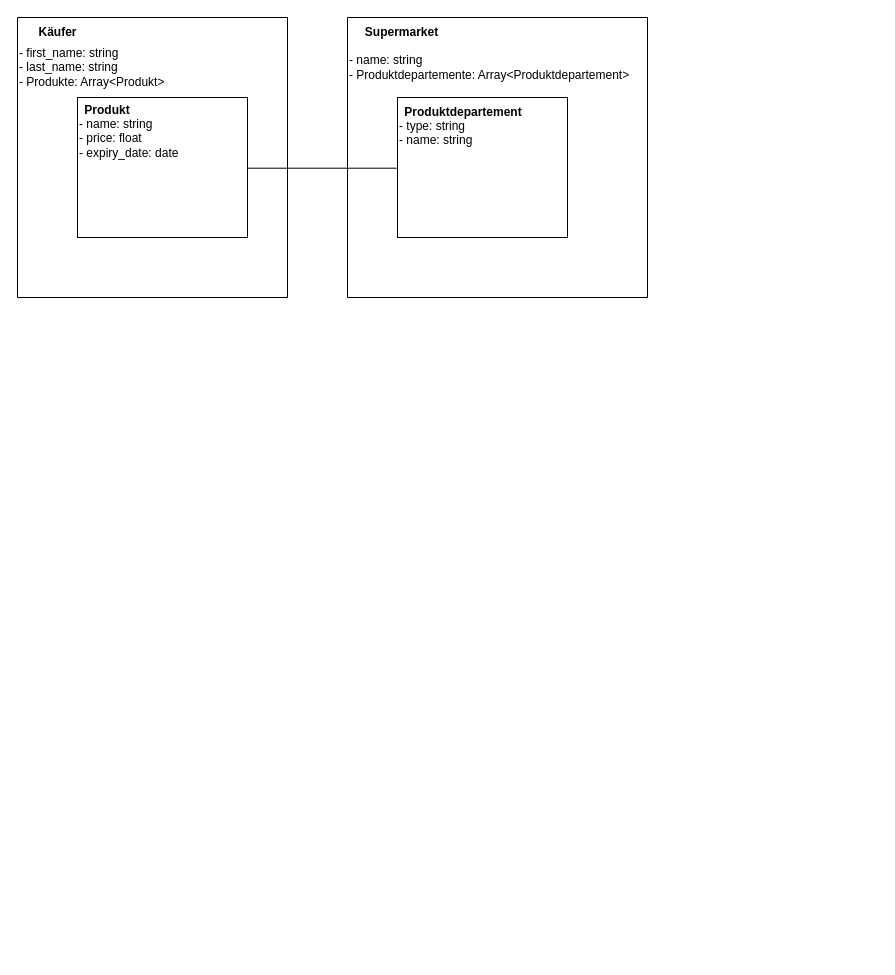
nikhilango/M164 keeps this draw.io diagram as KN02/KN02B.drawio. Above is the earlier version. Source tidied: cells renumbered, new cells numbered last; positions are measured from the earlier drawing's top-left corner, leaving out a move shared by most shapes. Both pictures are drawn from the tidied source at 100%, with x=0, y=0 at pixel (17, 17).
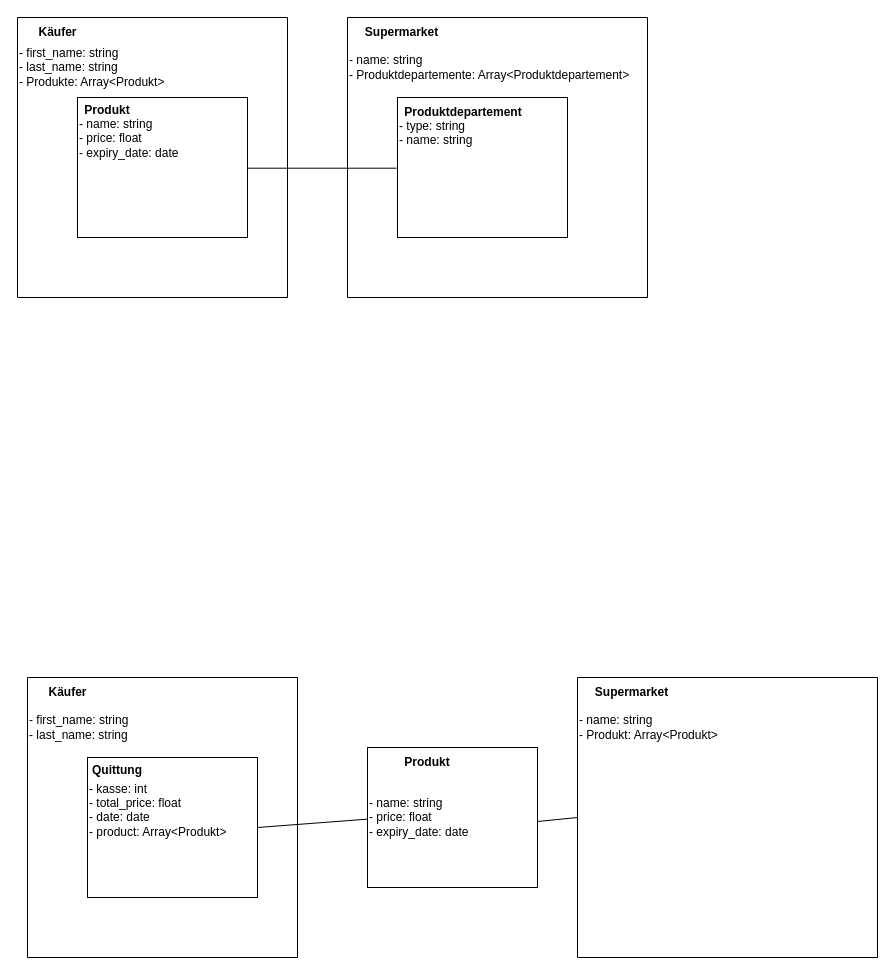
The same page after the edit.

Diff of the diagram source:
```diff
@@
+    <mxCell id="15" style="swimlane;startSize=0;" parent="1" vertex="1">
+      <mxGeometry x="10" y="660" width="270" height="280" as="geometry" />
+    </mxCell>
+    <mxCell id="16" style="whiteSpace=wrap;html=1;" parent="15" vertex="1">
+      <mxGeometry x="60" y="80" width="170" height="140" as="geometry" />
+    </mxCell>
+    <mxCell id="17" value="&lt;b&gt;Quittung&lt;/b&gt;" style="text;html=1;align=center;verticalAlign=middle;whiteSpace=wrap;rounded=0;" parent="15" vertex="1">
+      <mxGeometry x="60" y="78" width="60" height="30" as="geometry" />
+    </mxCell>
+    <mxCell id="18" value="- kasse: int&lt;br&gt;&lt;div&gt;&lt;span style=&quot;background-color: initial;&quot;&gt;- total_price: float&lt;/span&gt;&lt;/div&gt;&lt;div&gt;- date: date&lt;/div&gt;&lt;div&gt;&lt;span style=&quot;background-color: initial;&quot;&gt;- product: Array&amp;lt;Produkt&amp;gt;&lt;br&gt;&lt;/span&gt;&lt;br&gt;&lt;/div&gt;" style="text;html=1;align=left;verticalAlign=middle;strokeColor=none;fillColor=none;" parent="15" vertex="1">
+      <mxGeometry x="60" y="95" width="160" height="90" as="geometry" />
+    </mxCell>
+    <mxCell id="19" value="&lt;span style=&quot;&quot;&gt;- first_name: string&lt;/span&gt;&lt;div&gt;&lt;span style=&quot;&quot;&gt;- last_name: string&lt;/span&gt;&lt;/div&gt;" style="text;html=1;align=left;verticalAlign=middle;strokeColor=none;fillColor=none;" parent="15" vertex="1">
+      <mxGeometry y="30" width="120" height="40" as="geometry" />
+    </mxCell>
+    <mxCell id="20" value="&lt;b&gt;Käufer&lt;/b&gt;" style="text;html=1;align=center;verticalAlign=middle;strokeColor=none;fillColor=none;" parent="15" vertex="1">
+      <mxGeometry x="10" width="60" height="30" as="geometry" />
+    </mxCell>
+    <mxCell id="21" style="whiteSpace=wrap;html=1;" parent="1" vertex="1">
+      <mxGeometry x="350" y="730" width="170" height="140" as="geometry" />
+    </mxCell>
+    <mxCell id="22" value="&lt;b&gt;Produkt&lt;/b&gt;" style="text;html=1;align=center;verticalAlign=middle;whiteSpace=wrap;rounded=0;" parent="1" vertex="1">
+      <mxGeometry x="350" y="730" width="120" height="30" as="geometry" />
+    </mxCell>
+    <mxCell id="23" value="&lt;div&gt;- name: string&lt;br&gt;&lt;div&gt;&lt;span style=&quot;background-color: initial;&quot;&gt;- price: float&lt;/span&gt;&lt;/div&gt;&lt;div&gt;- expiry_date: date&lt;span style=&quot;background-color: initial;&quot;&gt;&lt;br&gt;&lt;/span&gt;&lt;/div&gt;&lt;/div&gt;" style="text;html=1;align=left;verticalAlign=middle;points=[];strokeColor=none;fillColor=none;" parent="1" vertex="1">
+      <mxGeometry x="350" y="770" width="120" height="60" as="geometry" />
+    </mxCell>
+    <mxCell id="24" style="swimlane;startSize=0;" parent="1" vertex="1">
+      <mxGeometry x="560" y="660" width="300" height="280" as="geometry" />
+    </mxCell>
+    <mxCell id="25" value="&lt;span style=&quot;&quot;&gt;- name: string&lt;/span&gt;&lt;div&gt;&lt;div&gt;&lt;span style=&quot;background-color: initial;&quot;&gt;- Produkt&lt;/span&gt;&lt;span style=&quot;background-color: initial;&quot;&gt;: Array&lt;/span&gt;&lt;span style=&quot;background-color: initial;&quot;&gt;&amp;lt;Produkt&amp;gt;&lt;/span&gt;&lt;/div&gt;&lt;/div&gt;" style="text;html=1;align=left;verticalAlign=middle;strokeColor=none;fillColor=none;" parent="24" vertex="1">
+      <mxGeometry y="30" width="160" height="40" as="geometry" />
+    </mxCell>
+    <mxCell id="26" value="&lt;b&gt;Supermarket&lt;/b&gt;" style="text;html=1;align=center;verticalAlign=middle;strokeColor=none;fillColor=none;" parent="24" vertex="1">
+      <mxGeometry x="4" width="100" height="30" as="geometry" />
+    </mxCell>
+    <mxCell id="27" style="endArrow=none;html=1;rounded=0;exitX=1;exitY=0.5;exitDx=0;exitDy=0;entryX=0;entryY=0.5;entryDx=0;entryDy=0;" parent="24" edge="1" target="24">
+      <mxGeometry relative="1" as="geometry">
+        <mxPoint x="-40" y="144" as="sourcePoint" />
+      </mxGeometry>
+    </mxCell>
+    <mxCell id="28" style="endArrow=none;html=1;rounded=0;exitX=1;exitY=0.5;exitDx=0;exitDy=0;entryX=-0.003;entryY=0.528;entryDx=0;entryDy=0;entryPerimeter=0;" parent="1" edge="1" source="16" target="23">
+      <mxGeometry relative="1" as="geometry" />
+    </mxCell>
```
